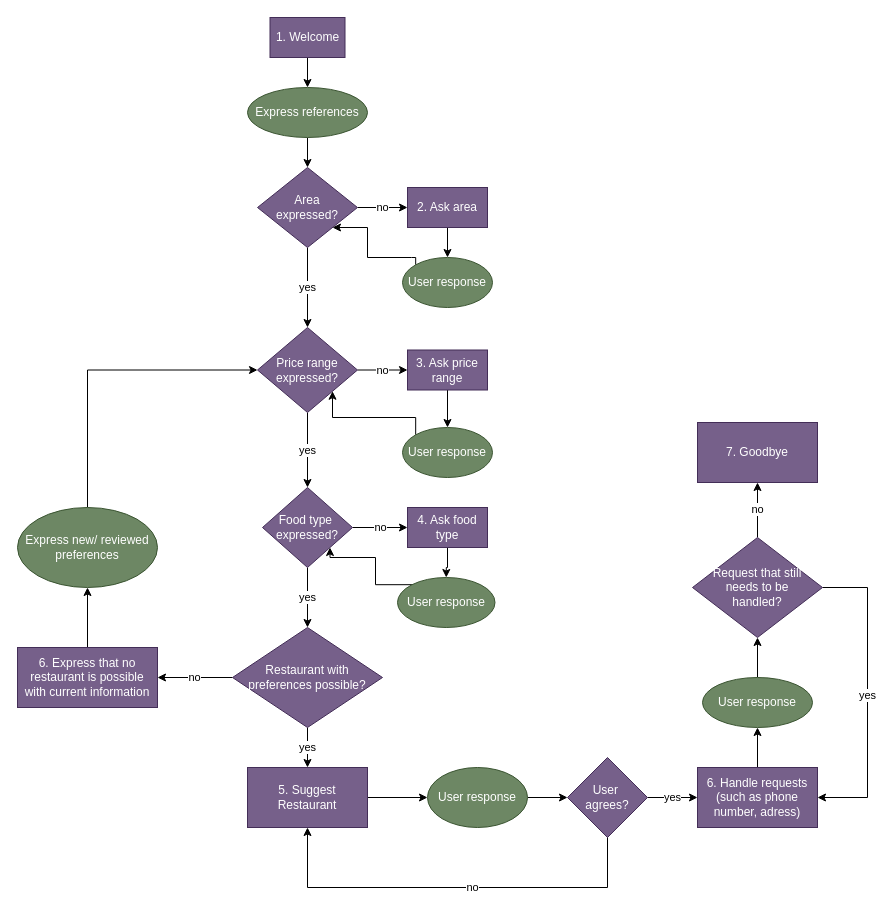
nstavr04/MAIR-30 keeps this draw.io diagram as TeamProject/Part1-SystemImplementation/Part1b-DialogManagement/Part1b_MAIR (7).drawio. Above is the earlier version. Source tidied: cells renumbered, new cells numbered last; positions are measured from the earlier drawing's top-left corner, leaving out a move shared by most shapes. Both pictures are drawn from the tidied source at 100%, with x=0, y=0 at pixel (17, 17).
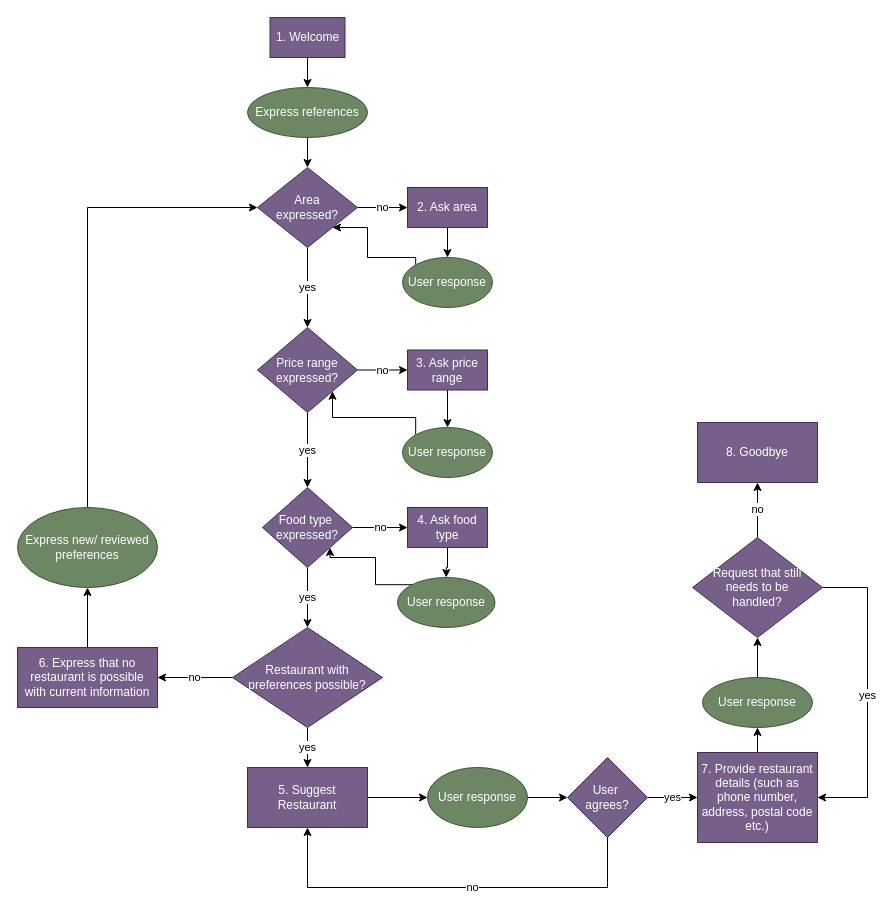
Above is the later version.

Unchanged cells that the change refers to:
```xml
<mxCell id="10" value="Area&lt;br&gt;expressed?" style="rhombus;whiteSpace=wrap;html=1;fillColor=#76608a;fontColor=#ffffff;strokeColor=#432D57;" parent="1" vertex="1">
  <mxGeometry x="240" y="150" width="100" height="80" as="geometry" />
</mxCell>
<mxCell id="13" value="Price range&lt;br&gt;expressed?" style="rhombus;whiteSpace=wrap;html=1;fillColor=#76608a;fontColor=#ffffff;strokeColor=#432D57;" parent="1" vertex="1">
  <mxGeometry x="240" y="310" width="100" height="85" as="geometry" />
</mxCell>
<mxCell id="40" value="Express new/ reviewed preferences" style="ellipse;whiteSpace=wrap;html=1;fillColor=#6d8764;fontColor=#ffffff;strokeColor=#3A5431;" parent="1" vertex="1">
  <mxGeometry y="490" width="140" height="80" as="geometry" />
</mxCell>
```

What changed in the source:
```diff
@@
-    <mxCell id="39" style="edgeStyle=orthogonalEdgeStyle;rounded=0;jettySize=auto;html=1;exitX=0.5;exitY=0;exitDx=0;exitDy=0;entryX=0;entryY=0.5;entryDx=0;entryDy=0;" parent="1" edge="1" source="40" target="13">
+    <mxCell id="39" style="edgeStyle=orthogonalEdgeStyle;rounded=0;jettySize=auto;html=1;exitX=0.5;exitY=0;exitDx=0;exitDy=0;entryX=0;entryY=0.5;entryDx=0;entryDy=0;" parent="1" edge="1" source="40" target="10">
       <mxGeometry relative="1" as="geometry" />
     </mxCell>
@@
-    <mxCell id="41" value="7. Goodbye" style="rounded=0;whiteSpace=wrap;html=1;fillColor=#76608a;fontColor=#ffffff;strokeColor=#432D57;" parent="1" vertex="1">
+    <mxCell id="41" value="8. Goodbye" style="rounded=0;whiteSpace=wrap;html=1;fillColor=#76608a;fontColor=#ffffff;strokeColor=#432D57;" parent="1" vertex="1">
       <mxGeometry x="680" y="405" width="120" height="60" as="geometry" />
     </mxCell>
@@
-    <mxCell id="43" value="6. Handle requests (such as phone number, adress)" style="rounded=0;whiteSpace=wrap;html=1;fillColor=#76608a;fontColor=#ffffff;strokeColor=#432D57;" parent="1" vertex="1">
-      <mxGeometry x="680" y="750" width="120" height="60" as="geometry" />
+    <mxCell id="43" value="7. Provide restaurant details (such as phone number, address, postal code etc.)" style="rounded=0;whiteSpace=wrap;html=1;fillColor=#76608a;fontColor=#ffffff;strokeColor=#432D57;" parent="1" vertex="1">
+      <mxGeometry x="680" y="735" width="120" height="90" as="geometry" />
     </mxCell>
```
